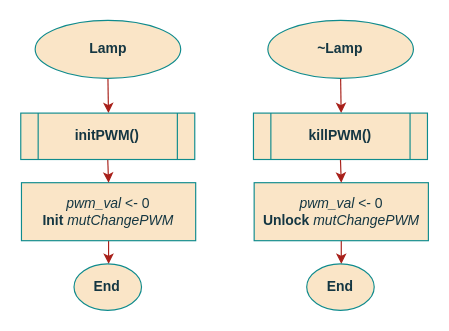
Before: page "Lamp#2" (3 of 13) of project/report/flowcharts/tLampControl.drawio in ESRGgroup9/slipad, a draw.io diagram. Source tidied: cells renumbered, new cells numbered last; positions are measured from the earlier drawing's top-left corner, leaving out a move shared by most shapes. Both pictures are drawn from the tidied source at 116%, with x=0, y=0 at pixel (20, 20).
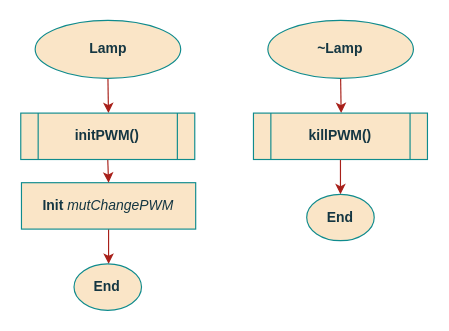
The same diagram, later.

Diff of the diagram source:
```diff
@@
 <mxGraphModel>
   <root>
     <mxCell id="0" />
     <mxCell id="1" parent="0" />
     <mxCell id="2" style="edgeStyle=orthogonalEdgeStyle;curved=0;rounded=1;sketch=0;jettySize=auto;html=1;exitX=0.5;exitY=1;exitDx=0;exitDy=0;entryX=0.5;entryY=0;entryDx=0;entryDy=0;fontColor=#143642;strokeColor=#A8201A;fillColor=#FAE5C7;" parent="1" edge="1" source="3">
       <mxGeometry relative="1" as="geometry">
         <mxPoint x="76" y="80" as="targetPoint" />
       </mxGeometry>
     </mxCell>
     <mxCell id="3" value="Lamp" style="ellipse;whiteSpace=wrap;html=1;fillColor=#FAE5C7;strokeColor=#0F8B8D;fontColor=#143642;fontStyle=1;" parent="1" vertex="1">
       <mxGeometry x="12.8" width="125.5" height="50" as="geometry" />
     </mxCell>
     <mxCell id="4" style="edgeStyle=orthogonalEdgeStyle;curved=0;rounded=1;sketch=0;jettySize=auto;html=1;exitX=0.5;exitY=1;exitDx=0;exitDy=0;entryX=0.5;entryY=0;entryDx=0;entryDy=0;fontColor=#143642;strokeColor=#A8201A;fillColor=#FAE5C7;" parent="1" edge="1" source="5">
       <mxGeometry relative="1" as="geometry">
         <mxPoint x="76.1" y="210" as="targetPoint" />
       </mxGeometry>
     </mxCell>
-    <mxCell id="5" value="&lt;div&gt;&lt;i&gt;pwm_val&lt;/i&gt; &amp;lt;- 0&lt;/div&gt;&lt;div&gt;&lt;b&gt;Init&lt;/b&gt; &lt;i&gt;mutChangePWM&lt;/i&gt;&lt;/div&gt;" style="rounded=0;whiteSpace=wrap;html=1;sketch=0;fontColor=#143642;strokeColor=#0F8B8D;fillColor=#FAE5C7;" parent="1" vertex="1">
-      <mxGeometry x="1" y="140" width="150.2" height="50" as="geometry" />
+    <mxCell id="5" value="&lt;div&gt;&lt;b&gt;Init&lt;/b&gt; &lt;i&gt;mutChangePWM&lt;/i&gt;&lt;/div&gt;" style="rounded=0;whiteSpace=wrap;html=1;sketch=0;fontColor=#143642;strokeColor=#0F8B8D;fillColor=#FAE5C7;" parent="1" vertex="1">
+      <mxGeometry x="1" y="140" width="150.2" height="40" as="geometry" />
     </mxCell>
     <mxCell id="6" style="edgeStyle=orthogonalEdgeStyle;curved=0;rounded=1;sketch=0;jettySize=auto;html=1;exitX=0.5;exitY=1;exitDx=0;exitDy=0;entryX=0.5;entryY=0;entryDx=0;entryDy=0;fontColor=#143642;strokeColor=#A8201A;fillColor=#FAE5C7;" parent="1" edge="1" source="7" target="5">
       <mxGeometry relative="1" as="geometry" />
     </mxCell>
     <mxCell id="7" value="&lt;b&gt;initPWM()&lt;/b&gt;" style="shape=process;whiteSpace=wrap;html=1;backgroundOutline=1;rounded=0;sketch=0;fontColor=#143642;strokeColor=#0F8B8D;fillColor=#FAE5C7;" parent="1" vertex="1">
       <mxGeometry x="0.4" y="80" width="150" height="40" as="geometry" />
     </mxCell>
     <mxCell id="8" value="End" style="ellipse;whiteSpace=wrap;html=1;fillColor=#FAE5C7;strokeColor=#0F8B8D;fontColor=#143642;fontStyle=1;" parent="1" vertex="1">
       <mxGeometry x="46.3" y="210" width="58.2" height="40" as="geometry" />
     </mxCell>
     <mxCell id="9" style="edgeStyle=orthogonalEdgeStyle;curved=0;rounded=1;sketch=0;jettySize=auto;html=1;exitX=0.5;exitY=1;exitDx=0;exitDy=0;entryX=0.5;entryY=0;entryDx=0;entryDy=0;fontColor=#143642;strokeColor=#A8201A;fillColor=#FAE5C7;" parent="1" edge="1" source="10">
       <mxGeometry relative="1" as="geometry">
         <mxPoint x="276.6" y="80" as="targetPoint" />
       </mxGeometry>
     </mxCell>
     <mxCell id="10" value="~Lamp" style="ellipse;whiteSpace=wrap;html=1;fillColor=#FAE5C7;strokeColor=#0F8B8D;fontColor=#143642;fontStyle=1;" parent="1" vertex="1">
       <mxGeometry x="213.4" width="125.5" height="50" as="geometry" />
     </mxCell>
-    <mxCell id="11" style="edgeStyle=orthogonalEdgeStyle;curved=0;rounded=1;sketch=0;jettySize=auto;html=1;exitX=0.5;exitY=1;exitDx=0;exitDy=0;entryX=0.5;entryY=0;entryDx=0;entryDy=0;fontColor=#143642;strokeColor=#A8201A;fillColor=#FAE5C7;" parent="1" edge="1" source="12">
-      <mxGeometry relative="1" as="geometry">
-        <mxPoint x="276.7" y="210" as="targetPoint" />
-      </mxGeometry>
-    </mxCell>
-    <mxCell id="12" value="&lt;div&gt;&lt;i&gt;pwm_val&lt;/i&gt; &amp;lt;- 0&lt;/div&gt;&lt;div&gt;&lt;b&gt;Unlock&lt;/b&gt; &lt;i&gt;mutChangePWM&lt;/i&gt;&lt;/div&gt;" style="rounded=0;whiteSpace=wrap;html=1;sketch=0;fontColor=#143642;strokeColor=#0F8B8D;fillColor=#FAE5C7;" parent="1" vertex="1">
-      <mxGeometry x="201.6" y="140" width="150.2" height="50" as="geometry" />
-    </mxCell>
-    <mxCell id="13" style="edgeStyle=orthogonalEdgeStyle;curved=0;rounded=1;sketch=0;jettySize=auto;html=1;exitX=0.5;exitY=1;exitDx=0;exitDy=0;entryX=0.5;entryY=0;entryDx=0;entryDy=0;fontColor=#143642;strokeColor=#A8201A;fillColor=#FAE5C7;" parent="1" edge="1" source="14" target="12">
-      <mxGeometry relative="1" as="geometry" />
-    </mxCell>
+    <mxCell id="16" style="edgeStyle=orthogonalEdgeStyle;curved=0;rounded=1;sketch=0;jettySize=auto;html=1;exitX=0.5;exitY=1;exitDx=0;exitDy=0;entryX=0.5;entryY=0;entryDx=0;entryDy=0;fontSize=11;fontColor=#143642;strokeColor=#A8201A;fillColor=#FAE5C7;" parent="1" edge="1" source="14" target="15">
+      <mxGeometry relative="1" as="geometry" />
+    </mxCell>
     <mxCell id="14" value="&lt;b&gt;killPWM()&lt;/b&gt;" style="shape=process;whiteSpace=wrap;html=1;backgroundOutline=1;rounded=0;sketch=0;fontColor=#143642;strokeColor=#0F8B8D;fillColor=#FAE5C7;" parent="1" vertex="1">
       <mxGeometry x="201" y="80" width="150" height="40" as="geometry" />
     </mxCell>
     <mxCell id="15" value="End" style="ellipse;whiteSpace=wrap;html=1;fillColor=#FAE5C7;strokeColor=#0F8B8D;fontColor=#143642;fontStyle=1;" parent="1" vertex="1">
-      <mxGeometry x="246.9" y="210" width="58.2" height="40" as="geometry" />
+      <mxGeometry x="246.9" y="150" width="58.2" height="40" as="geometry" />
     </mxCell>
   </root>
 </mxGraphModel>
```
